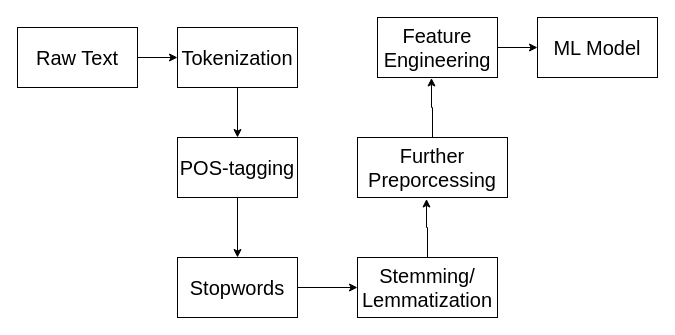
Above: NLP Processing Pipeline.drawio in pasca15/Random (draw.io), before the change. Source tidied: cells renumbered, new cells numbered last; positions are measured from the earlier drawing's top-left corner, leaving out a move shared by most shapes. Both pictures are drawn from the tidied source at 100%, with x=0, y=0 at pixel (17, 17).
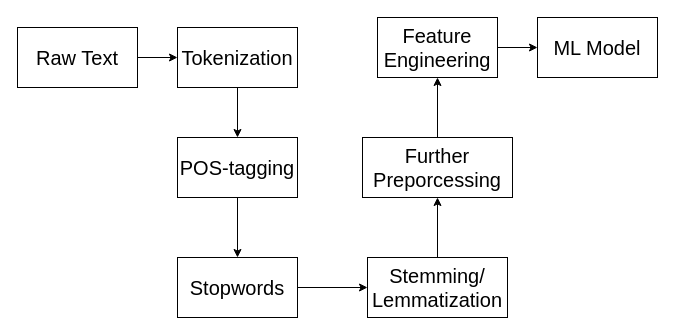
After the change.

The edit, as a diff of the source:
```diff
@@
 <mxGraphModel>
   <root>
     <mxCell id="0" />
     <mxCell id="1" parent="0" />
     <mxCell id="2" style="edgeStyle=orthogonalEdgeStyle;rounded=0;jettySize=auto;html=1;exitX=1;exitY=0.5;exitDx=0;exitDy=0;entryX=0;entryY=0.5;entryDx=0;entryDy=0;fontSize=20;" parent="1" edge="1" source="3" target="5">
       <mxGeometry relative="1" as="geometry" />
     </mxCell>
     <mxCell id="3" value="&lt;font style=&quot;font-size: 20px;&quot;&gt;Raw Text&lt;/font&gt;" style="rounded=0;whiteSpace=wrap;html=1;" parent="1" vertex="1">
       <mxGeometry y="10" width="120" height="60" as="geometry" />
     </mxCell>
     <mxCell id="4" style="edgeStyle=orthogonalEdgeStyle;rounded=0;jettySize=auto;html=1;exitX=0.5;exitY=1;exitDx=0;exitDy=0;entryX=0.5;entryY=0;entryDx=0;entryDy=0;fontSize=20;" parent="1" edge="1" source="5" target="9">
       <mxGeometry relative="1" as="geometry" />
     </mxCell>
     <mxCell id="5" value="Tokenization" style="rounded=0;whiteSpace=wrap;html=1;fontSize=20;" parent="1" vertex="1">
       <mxGeometry x="160" y="10" width="120" height="60" as="geometry" />
     </mxCell>
     <mxCell id="6" style="edgeStyle=orthogonalEdgeStyle;rounded=0;jettySize=auto;html=1;exitX=1;exitY=0.5;exitDx=0;exitDy=0;entryX=0;entryY=0.5;entryDx=0;entryDy=0;fontSize=20;" parent="1" edge="1" source="7" target="11">
       <mxGeometry relative="1" as="geometry" />
     </mxCell>
     <mxCell id="7" value="Stopwords" style="rounded=0;whiteSpace=wrap;html=1;fontSize=20;" parent="1" vertex="1">
       <mxGeometry x="160" y="240" width="120" height="60" as="geometry" />
     </mxCell>
     <mxCell id="8" style="edgeStyle=orthogonalEdgeStyle;rounded=0;jettySize=auto;html=1;exitX=0.5;exitY=1;exitDx=0;exitDy=0;entryX=0.5;entryY=0;entryDx=0;entryDy=0;fontSize=20;" parent="1" edge="1" source="9" target="7">
       <mxGeometry relative="1" as="geometry" />
     </mxCell>
     <mxCell id="9" value="POS-tagging" style="rounded=0;whiteSpace=wrap;html=1;fontSize=20;" parent="1" vertex="1">
       <mxGeometry x="160" y="120" width="120" height="60" as="geometry" />
     </mxCell>
-    <mxCell id="10" style="edgeStyle=orthogonalEdgeStyle;rounded=0;jettySize=auto;html=1;exitX=0.5;exitY=0;exitDx=0;exitDy=0;entryX=0.46;entryY=1.025;entryDx=0;entryDy=0;entryPerimeter=0;fontSize=20;" parent="1" edge="1" source="11" target="13">
+    <mxCell id="10" style="edgeStyle=orthogonalEdgeStyle;rounded=0;jettySize=auto;html=1;fontSize=20;" parent="1" edge="1" source="11" target="13">
       <mxGeometry relative="1" as="geometry" />
     </mxCell>
     <mxCell id="11" value="Stemming/&lt;br&gt;Lemmatization" style="rounded=0;whiteSpace=wrap;html=1;fontSize=20;" parent="1" vertex="1">
-      <mxGeometry x="340" y="240" width="140" height="60" as="geometry" />
+      <mxGeometry x="350" y="240" width="140" height="60" as="geometry" />
     </mxCell>
-    <mxCell id="12" style="edgeStyle=orthogonalEdgeStyle;rounded=0;jettySize=auto;html=1;exitX=0.5;exitY=0;exitDx=0;exitDy=0;fontSize=20;entryX=0.45;entryY=1.008;entryDx=0;entryDy=0;entryPerimeter=0;" parent="1" edge="1" source="13" target="15">
+    <mxCell id="12" style="edgeStyle=orthogonalEdgeStyle;rounded=0;jettySize=auto;html=1;fontSize=20;" parent="1" edge="1" source="13" target="15">
       <mxGeometry relative="1" as="geometry" />
     </mxCell>
     <mxCell id="13" value="Further Preporcessing" style="rounded=0;whiteSpace=wrap;html=1;fontSize=20;" parent="1" vertex="1">
-      <mxGeometry x="340" y="120" width="150" height="60" as="geometry" />
+      <mxGeometry x="345" y="120" width="150" height="60" as="geometry" />
     </mxCell>
     <mxCell id="14" style="edgeStyle=orthogonalEdgeStyle;rounded=0;jettySize=auto;html=1;exitX=1;exitY=0.5;exitDx=0;exitDy=0;entryX=0;entryY=0.5;entryDx=0;entryDy=0;fontSize=20;" parent="1" edge="1" source="15" target="16">
       <mxGeometry relative="1" as="geometry" />
     </mxCell>
     <mxCell id="15" value="Feature Engineering" style="rounded=0;whiteSpace=wrap;html=1;fontSize=20;" parent="1" vertex="1">
       <mxGeometry x="360" width="120" height="60" as="geometry" />
     </mxCell>
     <mxCell id="16" value="ML Model" style="rounded=0;whiteSpace=wrap;html=1;fontSize=20;" parent="1" vertex="1">
       <mxGeometry x="520" width="120" height="60" as="geometry" />
     </mxCell>
   </root>
 </mxGraphModel>
```
